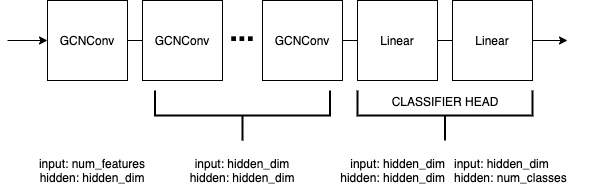
sujitpal/pytorch-gnn-tutorial-odsc2021 keeps this draw.io diagram as figures/fig-02-01.png. Above is the earlier version. Source tidied: cells renumbered, new cells last; positions are measured from the earlier drawing's top-left corner, leaving out a move shared by most shapes. Source of this version:
```xml
<mxGraphModel>
  <root>
    <mxCell id="0" />
    <mxCell id="1" parent="0" />
    <mxCell id="2" value="GCNConv" style="whiteSpace=wrap;html=1;" parent="1" vertex="1">
      <mxGeometry x="40" width="80" height="80" as="geometry" />
    </mxCell>
    <mxCell id="3" style="endArrow=classic;html=1;entryX=0;entryY=0.5;entryDx=0;entryDy=0;" parent="1" edge="1" target="2">
      <mxGeometry relative="1" as="geometry">
        <mxPoint y="40" as="sourcePoint" />
      </mxGeometry>
    </mxCell>
    <mxCell id="4" value="GCNConv" style="whiteSpace=wrap;html=1;" parent="1" vertex="1">
      <mxGeometry x="135" width="80" height="80" as="geometry" />
    </mxCell>
    <mxCell id="5" value="GCNConv" style="whiteSpace=wrap;html=1;" parent="1" vertex="1">
      <mxGeometry x="255" width="80" height="80" as="geometry" />
    </mxCell>
    <mxCell id="6" value="&lt;b&gt;&lt;font style=&quot;font-size: 30px&quot;&gt;...&lt;/font&gt;&lt;/b&gt;" style="text;html=1;strokeColor=none;fillColor=none;align=center;verticalAlign=middle;whiteSpace=wrap;rounded=0;" parent="1" vertex="1">
      <mxGeometry x="215" y="20" width="40" height="20" as="geometry" />
    </mxCell>
    <mxCell id="7" value="input: num_features&lt;br&gt;hidden: hidden_dim" style="text;html=1;strokeColor=none;fillColor=none;align=center;verticalAlign=middle;whiteSpace=wrap;rounded=0;" parent="1" vertex="1">
      <mxGeometry x="30" y="160" width="110" height="20" as="geometry" />
    </mxCell>
    <mxCell id="8" value="input: hidden_dim&lt;br&gt;hidden: hidden_dim" style="text;html=1;strokeColor=none;fillColor=none;align=center;verticalAlign=middle;whiteSpace=wrap;rounded=0;" parent="1" vertex="1">
      <mxGeometry x="180" y="160" width="110" height="20" as="geometry" />
    </mxCell>
    <mxCell id="9" value="Linear" style="whiteSpace=wrap;html=1;" parent="1" vertex="1">
      <mxGeometry x="350" width="80" height="80" as="geometry" />
    </mxCell>
    <mxCell id="10" value="Linear" style="whiteSpace=wrap;html=1;fillColor=default;strokeColor=default;fontColor=default;" parent="1" vertex="1">
      <mxGeometry x="445" width="80" height="80" as="geometry" />
    </mxCell>
    <mxCell id="11" style="endArrow=classic;html=1;exitX=1;exitY=0.5;exitDx=0;exitDy=0;fillColor=default;strokeColor=default;fontColor=default;" parent="1" edge="1" source="10">
      <mxGeometry relative="1" as="geometry">
        <mxPoint x="560" y="40" as="targetPoint" />
      </mxGeometry>
    </mxCell>
    <mxCell id="12" style="endArrow=none;html=1;exitX=1;exitY=0.5;exitDx=0;exitDy=0;entryX=0;entryY=0.5;entryDx=0;entryDy=0;" parent="1" edge="1" source="2" target="4">
      <mxGeometry relative="1" as="geometry" />
    </mxCell>
    <mxCell id="13" style="endArrow=none;html=1;exitX=1;exitY=0.5;exitDx=0;exitDy=0;entryX=0;entryY=0.5;entryDx=0;entryDy=0;" parent="1" edge="1" source="5" target="9">
      <mxGeometry relative="1" as="geometry" />
    </mxCell>
    <mxCell id="14" style="endArrow=none;html=1;entryX=1;entryY=0.5;entryDx=0;entryDy=0;exitX=0;exitY=0.5;exitDx=0;exitDy=0;" parent="1" edge="1" target="9">
      <mxGeometry relative="1" as="geometry">
        <mxPoint x="445" y="40" as="sourcePoint" />
      </mxGeometry>
    </mxCell>
    <mxCell id="15" value="input: hidden_dim&lt;br&gt;hidden: hidden_dim" style="text;html=1;strokeColor=none;fillColor=none;align=right;verticalAlign=middle;whiteSpace=wrap;rounded=0;fontColor=default;" parent="1" vertex="1">
      <mxGeometry x="330" y="160" width="110" height="20" as="geometry" />
    </mxCell>
    <mxCell id="16" value="input: hidden_dim&lt;br&gt;hidden: num_classes" style="text;html=1;strokeColor=none;fillColor=none;align=left;verticalAlign=middle;whiteSpace=wrap;rounded=0;fontColor=default;" parent="1" vertex="1">
      <mxGeometry x="445" y="160" width="140" height="20" as="geometry" />
    </mxCell>
    <mxCell id="17" style="strokeWidth=2;html=1;shape=mxgraph.flowchart.annotation_2;align=left;labelPosition=right;direction=north;fillColor=default;strokeColor=default;fontColor=default;" parent="1" vertex="1">
      <mxGeometry x="147.5" y="90" width="175" height="50" as="geometry" />
    </mxCell>
    <mxCell id="18" style="strokeWidth=2;html=1;shape=mxgraph.flowchart.annotation_2;align=left;labelPosition=right;direction=north;fillColor=default;strokeColor=default;fontColor=default;" parent="1" vertex="1">
      <mxGeometry x="350" y="90" width="175" height="50" as="geometry" />
    </mxCell>
    <mxCell id="19" value="CLASSIFIER HEAD" style="text;html=1;strokeColor=none;fillColor=none;align=center;verticalAlign=middle;whiteSpace=wrap;rounded=0;fontColor=default;" parent="1" vertex="1">
      <mxGeometry x="367.5" y="86" width="140" height="30" as="geometry" />
    </mxCell>
  </root>
</mxGraphModel>
```
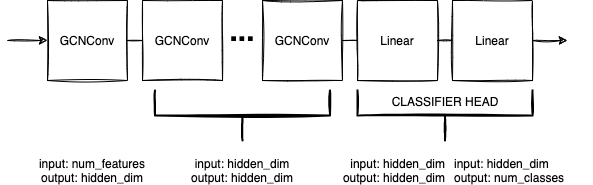
Above is the later version.

Change to the diagram source:
```diff
@@ -2,64 +2,64 @@
   <root>
     <mxCell id="0" />
     <mxCell id="1" parent="0" />
-    <mxCell id="2" value="GCNConv" style="whiteSpace=wrap;html=1;" parent="1" vertex="1">
+    <mxCell id="2" value="GCNConv" style="whiteSpace=wrap;html=1;rounded=0;sketch=1;" parent="1" vertex="1">
       <mxGeometry x="40" width="80" height="80" as="geometry" />
     </mxCell>
-    <mxCell id="3" style="endArrow=classic;html=1;entryX=0;entryY=0.5;entryDx=0;entryDy=0;" parent="1" edge="1" target="2">
+    <mxCell id="3" style="endArrow=classic;html=1;entryX=0;entryY=0.5;entryDx=0;entryDy=0;rounded=0;sketch=1;" parent="1" edge="1" target="2">
       <mxGeometry relative="1" as="geometry">
         <mxPoint y="40" as="sourcePoint" />
       </mxGeometry>
     </mxCell>
-    <mxCell id="4" value="GCNConv" style="whiteSpace=wrap;html=1;" parent="1" vertex="1">
+    <mxCell id="4" value="GCNConv" style="whiteSpace=wrap;html=1;rounded=0;sketch=1;" parent="1" vertex="1">
       <mxGeometry x="135" width="80" height="80" as="geometry" />
     </mxCell>
-    <mxCell id="5" value="GCNConv" style="whiteSpace=wrap;html=1;" parent="1" vertex="1">
+    <mxCell id="5" value="GCNConv" style="whiteSpace=wrap;html=1;rounded=0;sketch=1;" parent="1" vertex="1">
       <mxGeometry x="255" width="80" height="80" as="geometry" />
     </mxCell>
-    <mxCell id="6" value="&lt;b&gt;&lt;font style=&quot;font-size: 30px&quot;&gt;...&lt;/font&gt;&lt;/b&gt;" style="text;html=1;strokeColor=none;fillColor=none;align=center;verticalAlign=middle;whiteSpace=wrap;rounded=0;" parent="1" vertex="1">
+    <mxCell id="6" value="&lt;b&gt;&lt;font style=&quot;font-size: 30px&quot;&gt;...&lt;/font&gt;&lt;/b&gt;" style="text;html=1;strokeColor=none;fillColor=none;align=center;verticalAlign=middle;whiteSpace=wrap;rounded=0;sketch=1;" parent="1" vertex="1">
       <mxGeometry x="215" y="20" width="40" height="20" as="geometry" />
     </mxCell>
-    <mxCell id="7" value="input: num_features&lt;br&gt;hidden: hidden_dim" style="text;html=1;strokeColor=none;fillColor=none;align=center;verticalAlign=middle;whiteSpace=wrap;rounded=0;" parent="1" vertex="1">
+    <mxCell id="7" value="input: num_features&lt;br&gt;output: hidden_dim" style="text;html=1;strokeColor=none;fillColor=none;align=center;verticalAlign=middle;whiteSpace=wrap;rounded=0;sketch=1;" parent="1" vertex="1">
       <mxGeometry x="30" y="160" width="110" height="20" as="geometry" />
     </mxCell>
-    <mxCell id="8" value="input: hidden_dim&lt;br&gt;hidden: hidden_dim" style="text;html=1;strokeColor=none;fillColor=none;align=center;verticalAlign=middle;whiteSpace=wrap;rounded=0;" parent="1" vertex="1">
+    <mxCell id="8" value="input: hidden_dim&lt;br&gt;output: hidden_dim" style="text;html=1;strokeColor=none;fillColor=none;align=center;verticalAlign=middle;whiteSpace=wrap;rounded=0;sketch=1;" parent="1" vertex="1">
       <mxGeometry x="180" y="160" width="110" height="20" as="geometry" />
     </mxCell>
-    <mxCell id="9" value="Linear" style="whiteSpace=wrap;html=1;" parent="1" vertex="1">
+    <mxCell id="9" value="Linear" style="whiteSpace=wrap;html=1;rounded=0;sketch=1;" parent="1" vertex="1">
       <mxGeometry x="350" width="80" height="80" as="geometry" />
     </mxCell>
-    <mxCell id="10" value="Linear" style="whiteSpace=wrap;html=1;fillColor=default;strokeColor=default;fontColor=default;" parent="1" vertex="1">
+    <mxCell id="10" value="Linear" style="whiteSpace=wrap;html=1;fillColor=default;strokeColor=default;fontColor=default;rounded=0;sketch=1;" parent="1" vertex="1">
       <mxGeometry x="445" width="80" height="80" as="geometry" />
     </mxCell>
-    <mxCell id="11" style="endArrow=classic;html=1;exitX=1;exitY=0.5;exitDx=0;exitDy=0;fillColor=default;strokeColor=default;fontColor=default;" parent="1" edge="1" source="10">
+    <mxCell id="11" style="endArrow=classic;html=1;exitX=1;exitY=0.5;exitDx=0;exitDy=0;fillColor=default;strokeColor=default;fontColor=default;rounded=0;sketch=1;" parent="1" edge="1" source="10">
       <mxGeometry relative="1" as="geometry">
         <mxPoint x="560" y="40" as="targetPoint" />
       </mxGeometry>
     </mxCell>
-    <mxCell id="12" style="endArrow=none;html=1;exitX=1;exitY=0.5;exitDx=0;exitDy=0;entryX=0;entryY=0.5;entryDx=0;entryDy=0;" parent="1" edge="1" source="2" target="4">
+    <mxCell id="12" style="endArrow=none;html=1;exitX=1;exitY=0.5;exitDx=0;exitDy=0;entryX=0;entryY=0.5;entryDx=0;entryDy=0;rounded=0;sketch=1;" parent="1" edge="1" source="2" target="4">
       <mxGeometry relative="1" as="geometry" />
     </mxCell>
-    <mxCell id="13" style="endArrow=none;html=1;exitX=1;exitY=0.5;exitDx=0;exitDy=0;entryX=0;entryY=0.5;entryDx=0;entryDy=0;" parent="1" edge="1" source="5" target="9">
+    <mxCell id="13" style="endArrow=none;html=1;exitX=1;exitY=0.5;exitDx=0;exitDy=0;entryX=0;entryY=0.5;entryDx=0;entryDy=0;rounded=0;sketch=1;" parent="1" edge="1" source="5" target="9">
       <mxGeometry relative="1" as="geometry" />
     </mxCell>
-    <mxCell id="14" style="endArrow=none;html=1;entryX=1;entryY=0.5;entryDx=0;entryDy=0;exitX=0;exitY=0.5;exitDx=0;exitDy=0;" parent="1" edge="1" target="9">
+    <mxCell id="14" style="endArrow=none;html=1;entryX=1;entryY=0.5;entryDx=0;entryDy=0;exitX=0;exitY=0.5;exitDx=0;exitDy=0;rounded=0;sketch=1;" parent="1" edge="1" target="9">
       <mxGeometry relative="1" as="geometry">
         <mxPoint x="445" y="40" as="sourcePoint" />
       </mxGeometry>
     </mxCell>
-    <mxCell id="15" value="input: hidden_dim&lt;br&gt;hidden: hidden_dim" style="text;html=1;strokeColor=none;fillColor=none;align=right;verticalAlign=middle;whiteSpace=wrap;rounded=0;fontColor=default;" parent="1" vertex="1">
+    <mxCell id="15" value="input: hidden_dim&lt;br&gt;output: hidden_dim" style="text;html=1;strokeColor=none;fillColor=none;align=right;verticalAlign=middle;whiteSpace=wrap;fontColor=default;rounded=0;sketch=1;" parent="1" vertex="1">
       <mxGeometry x="330" y="160" width="110" height="20" as="geometry" />
     </mxCell>
-    <mxCell id="16" value="input: hidden_dim&lt;br&gt;hidden: num_classes" style="text;html=1;strokeColor=none;fillColor=none;align=left;verticalAlign=middle;whiteSpace=wrap;rounded=0;fontColor=default;" parent="1" vertex="1">
+    <mxCell id="16" value="input: hidden_dim&lt;br&gt;output: num_classes" style="text;html=1;strokeColor=none;fillColor=none;align=left;verticalAlign=middle;whiteSpace=wrap;fontColor=default;rounded=0;sketch=1;" parent="1" vertex="1">
       <mxGeometry x="445" y="160" width="140" height="20" as="geometry" />
     </mxCell>
-    <mxCell id="17" style="strokeWidth=2;html=1;shape=mxgraph.flowchart.annotation_2;align=left;labelPosition=right;direction=north;fillColor=default;strokeColor=default;fontColor=default;" parent="1" vertex="1">
+    <mxCell id="17" style="strokeWidth=2;html=1;shape=mxgraph.flowchart.annotation_2;align=left;labelPosition=right;direction=north;fillColor=default;strokeColor=default;fontColor=default;rounded=0;sketch=1;" parent="1" vertex="1">
       <mxGeometry x="147.5" y="90" width="175" height="50" as="geometry" />
     </mxCell>
-    <mxCell id="18" style="strokeWidth=2;html=1;shape=mxgraph.flowchart.annotation_2;align=left;labelPosition=right;direction=north;fillColor=default;strokeColor=default;fontColor=default;" parent="1" vertex="1">
+    <mxCell id="18" style="strokeWidth=2;html=1;shape=mxgraph.flowchart.annotation_2;align=left;labelPosition=right;direction=north;fillColor=default;strokeColor=default;fontColor=default;rounded=0;sketch=1;" parent="1" vertex="1">
       <mxGeometry x="350" y="90" width="175" height="50" as="geometry" />
     </mxCell>
-    <mxCell id="19" value="CLASSIFIER HEAD" style="text;html=1;strokeColor=none;fillColor=none;align=center;verticalAlign=middle;whiteSpace=wrap;rounded=0;fontColor=default;" parent="1" vertex="1">
+    <mxCell id="19" value="CLASSIFIER HEAD" style="text;html=1;strokeColor=none;fillColor=none;align=center;verticalAlign=middle;whiteSpace=wrap;fontColor=default;rounded=0;sketch=1;" parent="1" vertex="1">
       <mxGeometry x="367.5" y="86" width="140" height="30" as="geometry" />
     </mxCell>
   </root>
```
